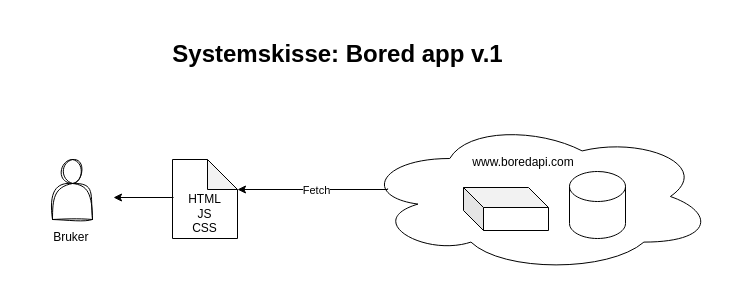
Earlier version of the draw.io diagram page "Del 1" (1 of 2) of api-kurs.drawio (Madelelo/api-kurs). Source tidied: cells renumbered, new cells numbered last; positions are measured from the earlier drawing's top-left corner, leaving out a move shared by most shapes. Both pictures are drawn from the tidied source at 100%, with x=0, y=0 at pixel (17, 17).
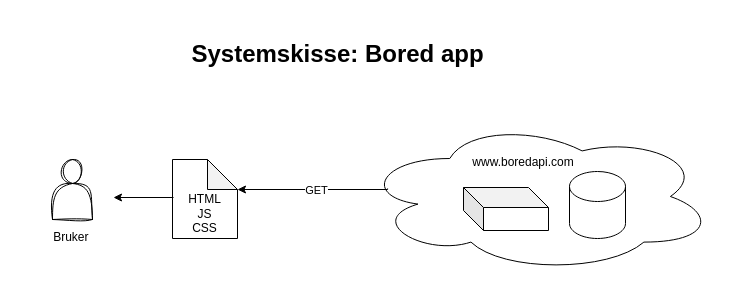
After the change.

Diff of the diagram source:
```diff
@@
 <mxGraphModel>
   <root>
     <mxCell id="0" />
     <mxCell id="1" parent="0" />
     <mxCell id="2" value="&lt;div&gt;&lt;br&gt;&lt;/div&gt;&lt;div&gt;&lt;br&gt;&lt;/div&gt;HTML&lt;div&gt;JS&lt;/div&gt;&lt;div&gt;CSS&lt;/div&gt;" style="shape=note;whiteSpace=wrap;html=1;backgroundOutline=1;darkOpacity=0.05;" parent="1" vertex="1">
       <mxGeometry x="155" y="142" width="65" height="79" as="geometry" />
     </mxCell>
     <mxCell id="3" style="group;" parent="1" vertex="1">
       <mxGeometry y="142" width="129" height="91" as="geometry" />
     </mxCell>
     <mxCell id="4" style="shape=actor;whiteSpace=wrap;html=1;sketch=1;hachureGap=4;jiggle=2;curveFitting=1;fontFamily=Architects Daughter;" parent="3" vertex="1">
       <mxGeometry x="35" width="40" height="60" as="geometry" />
     </mxCell>
     <mxCell id="5" value="Bruker&amp;nbsp;" style="text;html=1;align=center;verticalAlign=middle;strokeColor=none;fillColor=none;" parent="3" vertex="1">
       <mxGeometry x="26.5" y="65" width="57" height="26" as="geometry" />
     </mxCell>
     <mxCell id="6" style="endArrow=none;startArrow=classic;html=1;rounded=0;endFill=0;" parent="1" edge="1">
       <mxGeometry relative="1" as="geometry">
         <mxPoint x="96" y="180" as="sourcePoint" />
         <mxPoint x="156" y="180" as="targetPoint" />
       </mxGeometry>
     </mxCell>
-    <mxCell id="7" value="&lt;h1&gt;Systemskisse: Bored app v.1&lt;/h1&gt;" style="text;html=1;align=center;verticalAlign=middle;strokeColor=none;fillColor=none;" parent="1" vertex="1">
-      <mxGeometry x="146" width="348" height="73" as="geometry" />
+    <mxCell id="7" value="&lt;h1&gt;Systemskisse: Bored app&lt;/h1&gt;" style="text;html=1;align=center;verticalAlign=middle;strokeColor=none;fillColor=none;" parent="1" vertex="1">
+      <mxGeometry x="165" width="310" height="73" as="geometry" />
     </mxCell>
     <mxCell id="8" style="ellipse;shape=cloud;whiteSpace=wrap;html=1;" parent="1" vertex="1">
       <mxGeometry x="344" y="103" width="353" height="152" as="geometry" />
     </mxCell>
     <mxCell id="9" style="shape=cube;whiteSpace=wrap;html=1;boundedLbl=1;backgroundOutline=1;darkOpacity=0.05;darkOpacity2=0.1;" parent="1" vertex="1">
       <mxGeometry x="446" y="170" width="85" height="43" as="geometry" />
     </mxCell>
     <mxCell id="10" style="shape=cylinder3;whiteSpace=wrap;html=1;boundedLbl=1;backgroundOutline=1;size=15;" parent="1" vertex="1">
       <mxGeometry x="552" y="154" width="56" height="67" as="geometry" />
     </mxCell>
     <mxCell id="11" value="www.boredapi.com" style="text;html=1;align=center;verticalAlign=middle;whiteSpace=wrap;rounded=0;" parent="1" vertex="1">
       <mxGeometry x="476" y="130" width="60" height="30" as="geometry" />
     </mxCell>
     <mxCell id="12" style="edgeStyle=orthogonalEdgeStyle;rounded=0;jettySize=auto;html=1;entryX=0;entryY=0;entryDx=65;entryDy=30;entryPerimeter=0;exitX=0.074;exitY=0.447;exitDx=0;exitDy=0;exitPerimeter=0;" parent="1" edge="1" source="8" target="2">
       <mxGeometry relative="1" as="geometry">
         <Array as="points">
           <mxPoint x="370" y="172" />
         </Array>
       </mxGeometry>
     </mxCell>
-    <mxCell id="13" value="Fetch" style="edgeLabel;html=1;align=center;verticalAlign=middle;" parent="12" vertex="1">
+    <mxCell id="13" value="GET" style="edgeLabel;html=1;align=center;verticalAlign=middle;" parent="12" vertex="1">
       <mxGeometry x="-0.04" relative="1" as="geometry" />
     </mxCell>
   </root>
 </mxGraphModel>
```
